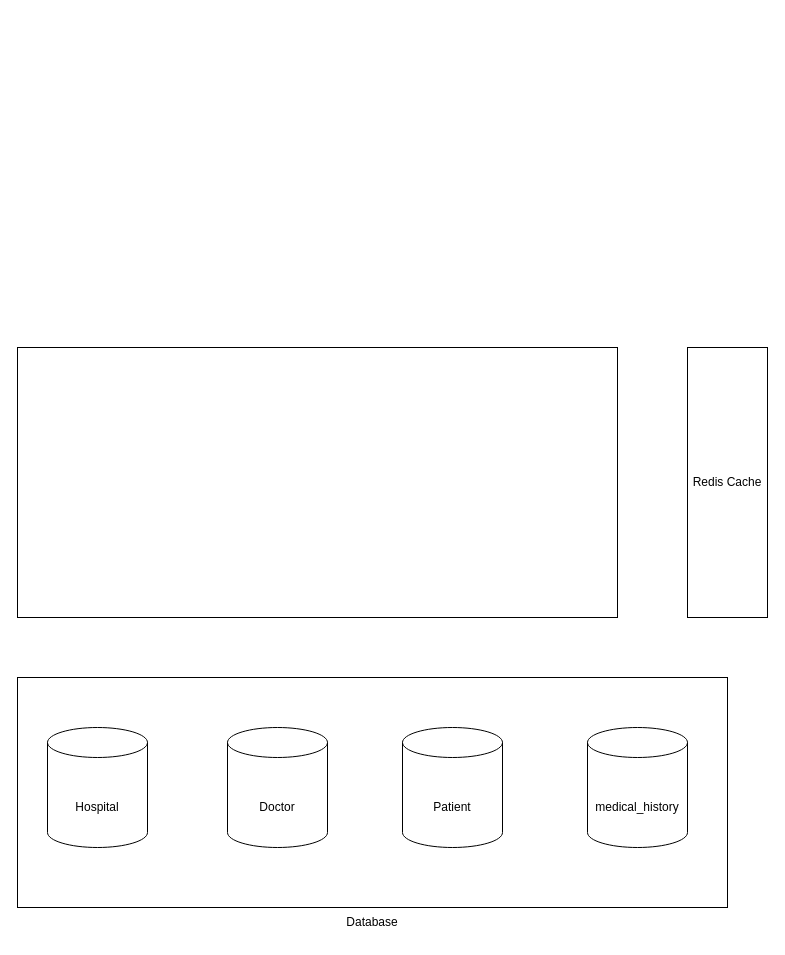
Earlier version of the draw.io diagram architecture/application_arch.drawio (SRVivek1/patient-medical-history). Source tidied: cells renumbered, new cells numbered last; positions are measured from the earlier drawing's top-left corner, leaving out a move shared by most shapes. Both pictures are drawn from the tidied source at 100%, with x=0, y=0 at pixel (17, 347).
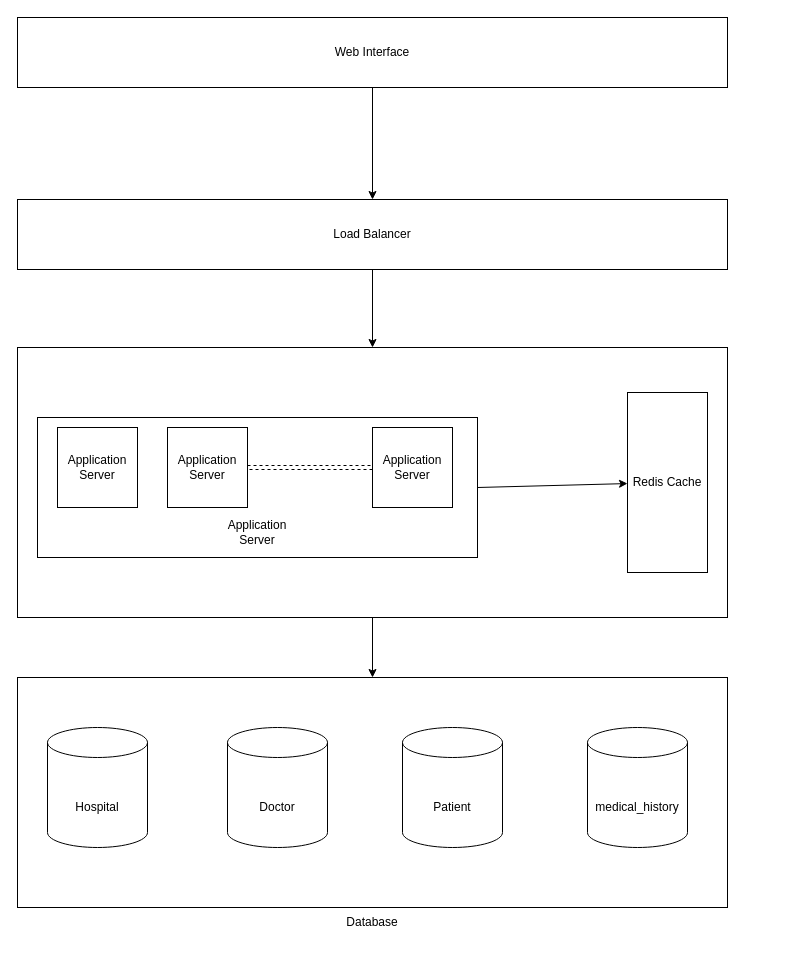
After the change.

Unchanged cells that the change refers to:
```xml
<mxCell id="2" style="rounded=0;whiteSpace=wrap;html=1;" parent="1" vertex="1">
  <mxGeometry y="330" width="710" height="230" as="geometry" />
</mxCell>
```

What changed in the source:
```diff
@@
+    <mxCell id="19" style="edgeStyle=orthogonalEdgeStyle;rounded=0;jettySize=auto;html=1;entryX=0.5;entryY=0;entryDx=0;entryDy=0;" parent="1" edge="1" source="17" target="2">
+      <mxGeometry relative="1" as="geometry" />
+    </mxCell>
+    <mxCell id="17" style="rounded=0;whiteSpace=wrap;html=1;" parent="1" vertex="1">
+      <mxGeometry width="710" height="270" as="geometry" />
+    </mxCell>
@@
-    <mxCell id="17" style="rounded=0;whiteSpace=wrap;html=1;" parent="1" vertex="1">
-      <mxGeometry width="600" height="270" as="geometry" />
-    </mxCell>
     <mxCell id="18" value="Redis Cache" style="rounded=0;whiteSpace=wrap;html=1;" parent="1" vertex="1">
-      <mxGeometry x="670" width="80" height="270" as="geometry" />
+      <mxGeometry x="610" y="45" width="80" height="180" as="geometry" />
     </mxCell>
+    <mxCell id="20" style="edgeStyle=orthogonalEdgeStyle;rounded=0;jettySize=auto;html=1;entryX=0.5;entryY=0;entryDx=0;entryDy=0;" parent="1" edge="1" source="21" target="23">
+      <mxGeometry relative="1" as="geometry" />
+    </mxCell>
+    <mxCell id="21" value="Web Interface" style="rounded=0;whiteSpace=wrap;html=1;" parent="1" vertex="1">
+      <mxGeometry y="-330" width="710" height="70" as="geometry" />
+    </mxCell>
+    <mxCell id="22" style="edgeStyle=orthogonalEdgeStyle;rounded=0;jettySize=auto;html=1;entryX=0.5;entryY=0;entryDx=0;entryDy=0;" parent="1" edge="1" source="23" target="17">
+      <mxGeometry relative="1" as="geometry" />
+    </mxCell>
+    <mxCell id="23" value="Load Balancer" style="rounded=0;whiteSpace=wrap;html=1;" parent="1" vertex="1">
+      <mxGeometry y="-148" width="710" height="70" as="geometry" />
+    </mxCell>
+    <mxCell id="24" style="group;" parent="1" vertex="1">
+      <mxGeometry x="20" y="70" width="440" height="140" as="geometry" />
+    </mxCell>
+    <mxCell id="25" style="rounded=0;whiteSpace=wrap;html=1;" parent="24" vertex="1">
+      <mxGeometry width="440" height="140" as="geometry" />
+    </mxCell>
+    <mxCell id="26" value="Application Server" style="whiteSpace=wrap;html=1;" parent="24" vertex="1">
+      <mxGeometry x="20" y="10" width="80" height="80" as="geometry" />
+    </mxCell>
+    <mxCell id="27" value="Application Server" style="whiteSpace=wrap;html=1;" parent="24" vertex="1">
+      <mxGeometry x="335" y="10" width="80" height="80" as="geometry" />
+    </mxCell>
+    <mxCell id="28" value="Application Server" style="whiteSpace=wrap;html=1;" parent="24" vertex="1">
+      <mxGeometry x="130" y="10" width="80" height="80" as="geometry" />
+    </mxCell>
+    <mxCell id="29" style="edgeStyle=orthogonalEdgeStyle;rounded=0;jettySize=auto;html=1;entryX=1;entryY=0.5;entryDx=0;entryDy=0;dashed=1;shape=link;strokeColor=default;" parent="24" edge="1" source="27" target="28">
+      <mxGeometry relative="1" as="geometry" />
+    </mxCell>
+    <mxCell id="30" value="Application Server" style="text;html=1;strokeColor=none;fillColor=none;align=center;verticalAlign=middle;whiteSpace=wrap;rounded=0;" parent="24" vertex="1">
+      <mxGeometry x="190" y="100" width="60" height="30" as="geometry" />
+    </mxCell>
+    <mxCell id="31" style="rounded=0;jettySize=auto;html=1;exitX=1;exitY=0.5;exitDx=0;exitDy=0;" parent="1" edge="1" source="25" target="18">
+      <mxGeometry relative="1" as="geometry" />
+    </mxCell>
```
